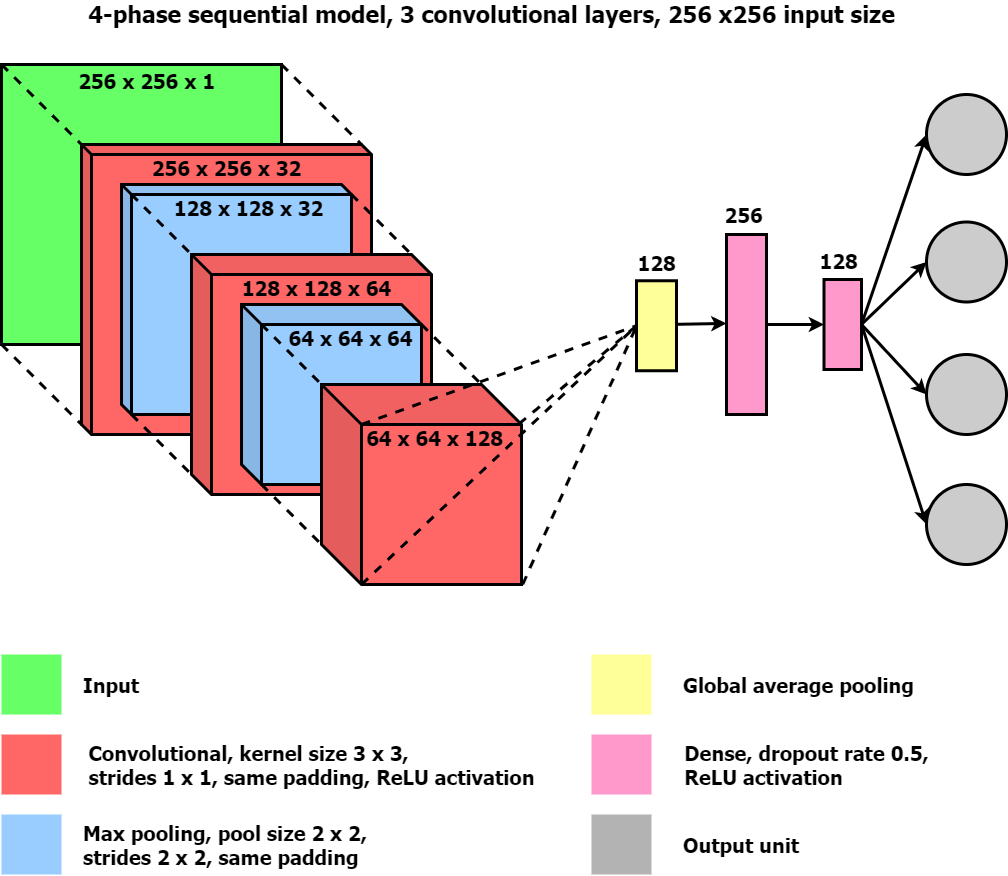
Above: report/images/v3_conv_3_diagram.png in jjheaton99/Liquid-Crystals-DL (draw.io), before the change. Source tidied: cells renumbered, new cells last; positions are measured from the earlier drawing's top-left corner, leaving out a move shared by most shapes.
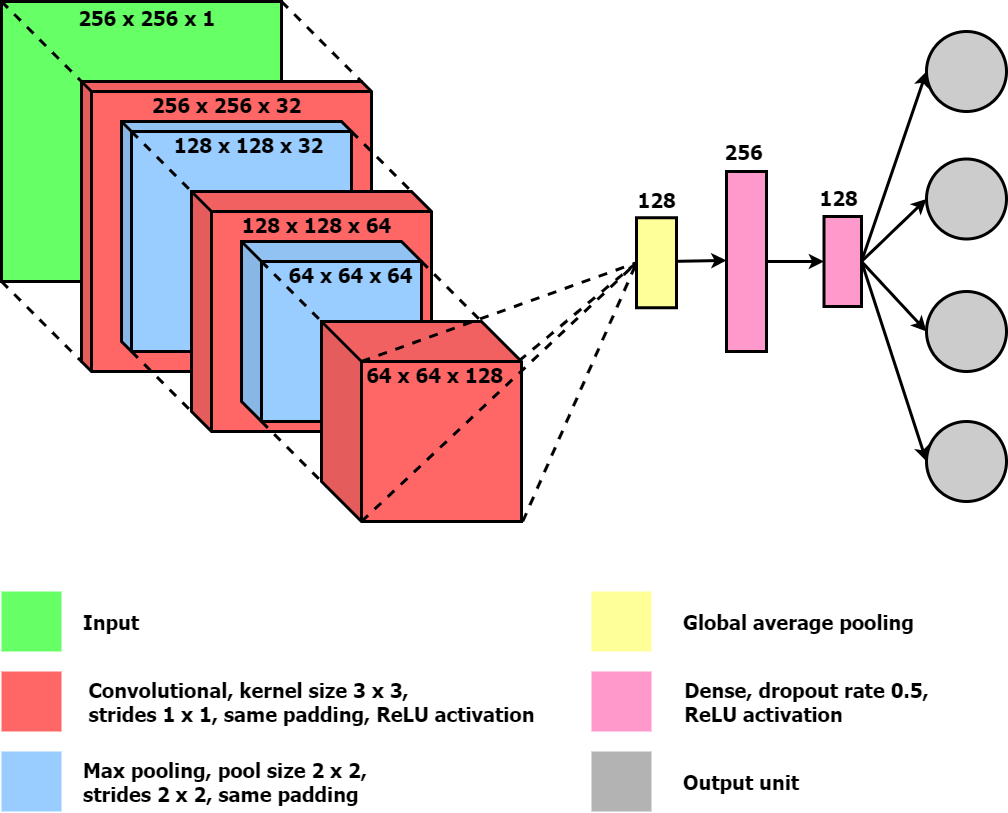
The same file after the commit.

What changed in the source:
```diff
@@ -201,8 +201,5 @@
         <mxPoint x="521.2" y="580" as="sourcePoint" />
       </mxGeometry>
     </mxCell>
-    <mxCell id="55" value="&lt;div style=&quot;font-size: 23px&quot;&gt;&lt;font face=&quot;tahoma&quot;&gt;&lt;b&gt;4-phase sequential model, 3 convolutional layers, 256 x256 input size&lt;/b&gt;&lt;/font&gt;&lt;/div&gt;" style="text;html=1;align=center;verticalAlign=middle;" parent="1" vertex="1">
-      <mxGeometry x="80" width="820" height="20" as="geometry" />
-    </mxCell>
   </root>
 </mxGraphModel>
```
